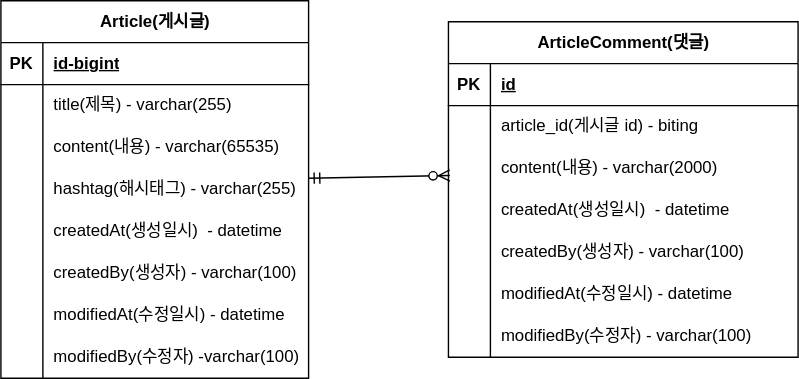
The draw.io diagram document/project-board-erd.svg in conquest2023/Boardproject, before a commit. Source tidied: cells renumbered, new cells last; positions are measured from the earlier drawing's top-left corner, leaving out a move shared by most shapes.
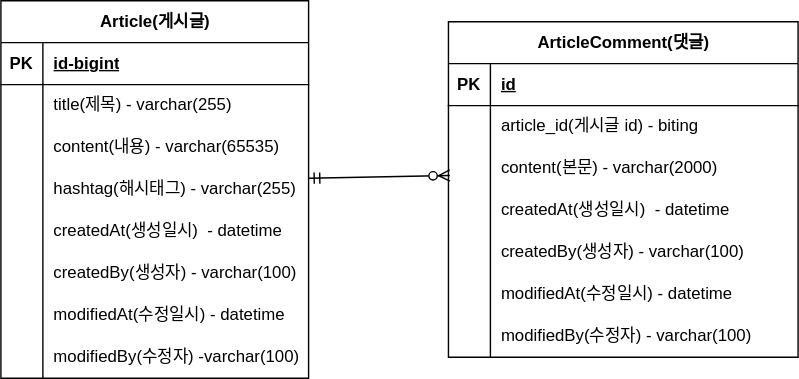
The same diagram one commit later.

Commit message:
#5 -ERD 주석 업데이트: project-board-erd.svg 업데이트

Diff of the diagram source:
```diff
@@ -104,7 +104,7 @@
     <mxCell id="35" style="shape=partialRectangle;fillColor=none;top=0;left=0;bottom=0;right=0;overflow=hidden;whiteSpace=wrap;html=1;" parent="34" vertex="1">
       <mxGeometry width="30" height="30" as="geometry" />
     </mxCell>
-    <mxCell id="36" value="content(내용) - varchar(2000)" style="shape=partialRectangle;fillColor=none;top=0;left=0;bottom=0;right=0;align=left;spacingLeft=6;overflow=hidden;whiteSpace=wrap;html=1;" parent="34" vertex="1">
+    <mxCell id="36" value="content(본문) - varchar(2000)" style="shape=partialRectangle;fillColor=none;top=0;left=0;bottom=0;right=0;align=left;spacingLeft=6;overflow=hidden;whiteSpace=wrap;html=1;" parent="34" vertex="1">
       <mxGeometry x="30" width="220" height="30" as="geometry" />
     </mxCell>
     <mxCell id="37" style="shape=tableRow;horizontal=0;startSize=0;swimlaneHead=0;swimlaneBody=0;fillColor=none;top=0;left=0;right=0;bottom=0;" parent="27" vertex="1">
```
